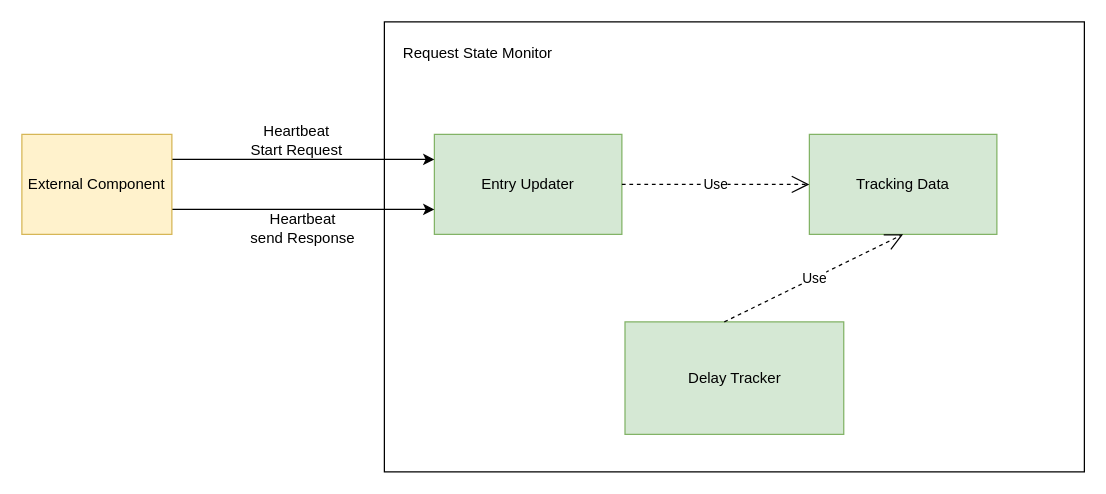
Earlier version of the draw.io diagram page "RSM_static" (4 of 12) of doc/SA cert/Design/availability.drawio (taikt/codefun). Source tidied: cells renumbered, new cells numbered last; positions are measured from the earlier drawing's top-left corner, leaving out a move shared by most shapes. Both pictures are drawn from the tidied source at 125%, with x=0, y=0 at pixel (21, 21).
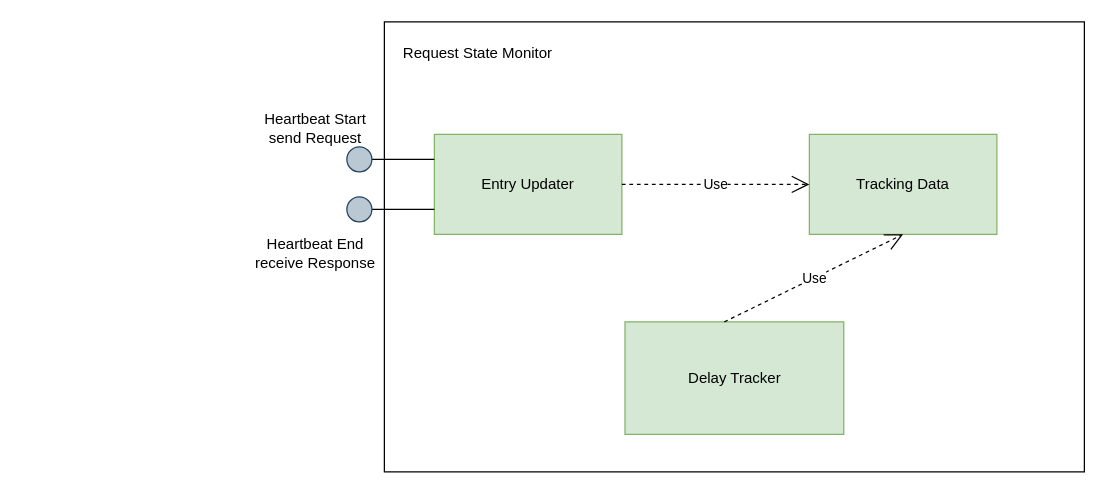
After the change.

Change to the diagram source:
```diff
@@
 <mxGraphModel>
   <root>
     <mxCell id="0" />
     <mxCell id="1" parent="0" />
     <mxCell id="2" style="rounded=0;whiteSpace=wrap;html=1;" parent="1" vertex="1">
       <mxGeometry x="290" width="560" height="360" as="geometry" />
     </mxCell>
     <mxCell id="3" value="Request State Monitor" style="text;html=1;strokeColor=none;fillColor=none;align=center;verticalAlign=middle;whiteSpace=wrap;rounded=0;" parent="1" vertex="1">
       <mxGeometry x="300" y="10" width="130" height="30" as="geometry" />
     </mxCell>
     <mxCell id="4" value="Entry Updater" style="rounded=0;whiteSpace=wrap;html=1;fillColor=#d5e8d4;strokeColor=#82b366;" parent="1" vertex="1">
       <mxGeometry x="330" y="90" width="150" height="80" as="geometry" />
     </mxCell>
     <mxCell id="5" value="Delay Tracker" style="rounded=0;whiteSpace=wrap;html=1;fillColor=#d5e8d4;strokeColor=#82b366;" parent="1" vertex="1">
       <mxGeometry x="482.5" y="240" width="175" height="90" as="geometry" />
     </mxCell>
     <mxCell id="6" value="Tracking Data" style="rounded=0;whiteSpace=wrap;html=1;fillColor=#d5e8d4;strokeColor=#82b366;" parent="1" vertex="1">
       <mxGeometry x="630" y="90" width="150" height="80" as="geometry" />
     </mxCell>
     <mxCell id="7" value="Use" style="endArrow=open;endSize=12;dashed=1;html=1;rounded=0;exitX=1;exitY=0.5;exitDx=0;exitDy=0;" parent="1" edge="1" source="4" target="6">
       <mxGeometry relative="1" as="geometry" />
     </mxCell>
     <mxCell id="8" value="Use" style="endArrow=open;endSize=12;dashed=1;html=1;rounded=0;exitX=0.454;exitY=0;exitDx=0;exitDy=0;exitPerimeter=0;entryX=0.5;entryY=1;entryDx=0;entryDy=0;" parent="1" edge="1" source="5" target="6">
       <mxGeometry relative="1" as="geometry" />
     </mxCell>
-    <mxCell id="9" style="edgeStyle=orthogonalEdgeStyle;rounded=0;jettySize=auto;html=1;exitX=1;exitY=0.25;exitDx=0;exitDy=0;entryX=0;entryY=0.25;entryDx=0;entryDy=0;" parent="1" edge="1" source="11" target="4">
-      <mxGeometry relative="1" as="geometry" />
-    </mxCell>
-    <mxCell id="10" style="edgeStyle=orthogonalEdgeStyle;rounded=0;jettySize=auto;html=1;exitX=1;exitY=0.75;exitDx=0;exitDy=0;entryX=0;entryY=0.75;entryDx=0;entryDy=0;" parent="1" edge="1" source="11" target="4">
-      <mxGeometry relative="1" as="geometry" />
-    </mxCell>
-    <mxCell id="11" value="External Component" style="rounded=0;whiteSpace=wrap;html=1;fillColor=#fff2cc;strokeColor=#d6b656;" parent="1" vertex="1">
-      <mxGeometry y="90" width="120" height="80" as="geometry" />
-    </mxCell>
-    <mxCell id="12" value="Heartbeat&lt;br&gt;Start Request" style="text;html=1;strokeColor=none;fillColor=none;align=center;verticalAlign=middle;whiteSpace=wrap;rounded=0;" parent="1" vertex="1">
-      <mxGeometry x="180" y="80" width="80" height="30" as="geometry" />
+    <mxCell id="12" value="Heartbeat Start&lt;br&gt;send Request" style="text;html=1;strokeColor=none;fillColor=none;align=center;verticalAlign=middle;whiteSpace=wrap;rounded=0;" parent="1" vertex="1">
+      <mxGeometry x="190" y="70" width="90" height="30" as="geometry" />
     </mxCell>
-    <mxCell id="13" value="Heartbeat&lt;br&gt;send Response" style="text;html=1;strokeColor=none;fillColor=none;align=center;verticalAlign=middle;whiteSpace=wrap;rounded=0;" parent="1" vertex="1">
-      <mxGeometry x="170" y="150" width="110" height="30" as="geometry" />
+    <mxCell id="13" value="Heartbeat End&lt;br&gt;receive Response" style="text;html=1;strokeColor=none;fillColor=none;align=center;verticalAlign=middle;whiteSpace=wrap;rounded=0;" parent="1" vertex="1">
+      <mxGeometry x="180" y="170" width="110" height="30" as="geometry" />
     </mxCell>
+    <mxCell id="14" style="edgeStyle=orthogonalEdgeStyle;rounded=0;jettySize=auto;html=1;exitX=1;exitY=0.5;exitDx=0;exitDy=0;entryX=0;entryY=0.25;entryDx=0;entryDy=0;endArrow=none;endFill=0;" parent="1" edge="1" source="15" target="4">
+      <mxGeometry relative="1" as="geometry" />
+    </mxCell>
+    <mxCell id="15" style="ellipse;whiteSpace=wrap;html=1;fillColor=#bac8d3;strokeColor=#23445d;" parent="1" vertex="1">
+      <mxGeometry x="260" y="100" width="20" height="20" as="geometry" />
+    </mxCell>
+    <mxCell id="16" style="edgeStyle=orthogonalEdgeStyle;rounded=0;jettySize=auto;html=1;exitX=1;exitY=0.5;exitDx=0;exitDy=0;endArrow=none;endFill=0;entryX=0;entryY=0.75;entryDx=0;entryDy=0;entryPerimeter=0;" parent="1" edge="1" source="17" target="4">
+      <mxGeometry relative="1" as="geometry" />
+    </mxCell>
+    <mxCell id="17" style="ellipse;whiteSpace=wrap;html=1;fillColor=#bac8d3;strokeColor=#23445d;" parent="1" vertex="1">
+      <mxGeometry x="260" y="140" width="20" height="20" as="geometry" />
+    </mxCell>
   </root>
 </mxGraphModel>
```
